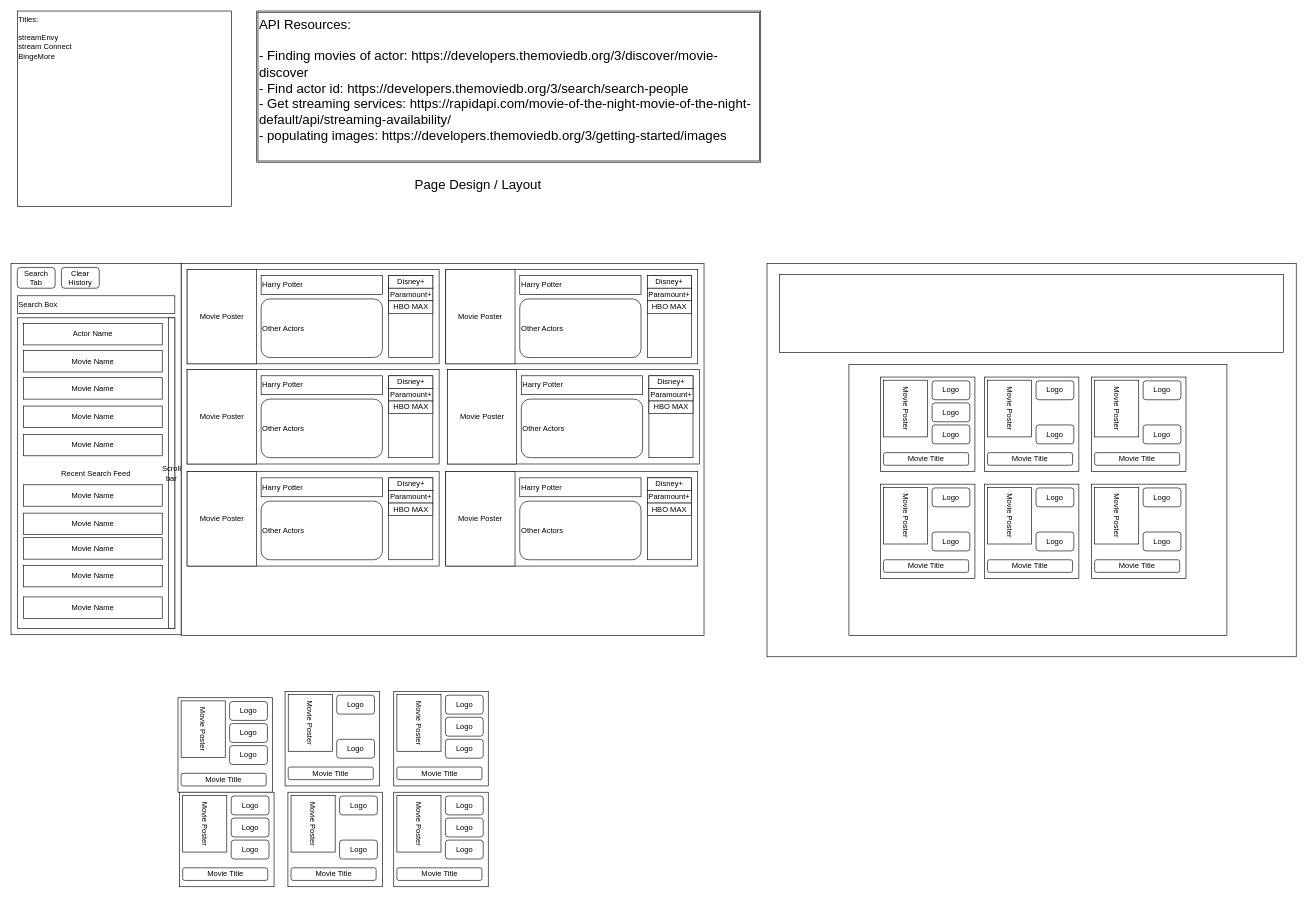
Above: page "Page Layout" (1 of 3) of Stream Connect.drawio in gatorhatur/stream-connect (draw.io), before the change. Source tidied: cells renumbered, new cells numbered last; positions are measured from the earlier drawing's top-left corner, leaving out a move shared by most shapes. Both pictures are drawn from the tidied source at 63%, with x=0, y=0 at pixel (11, 11).
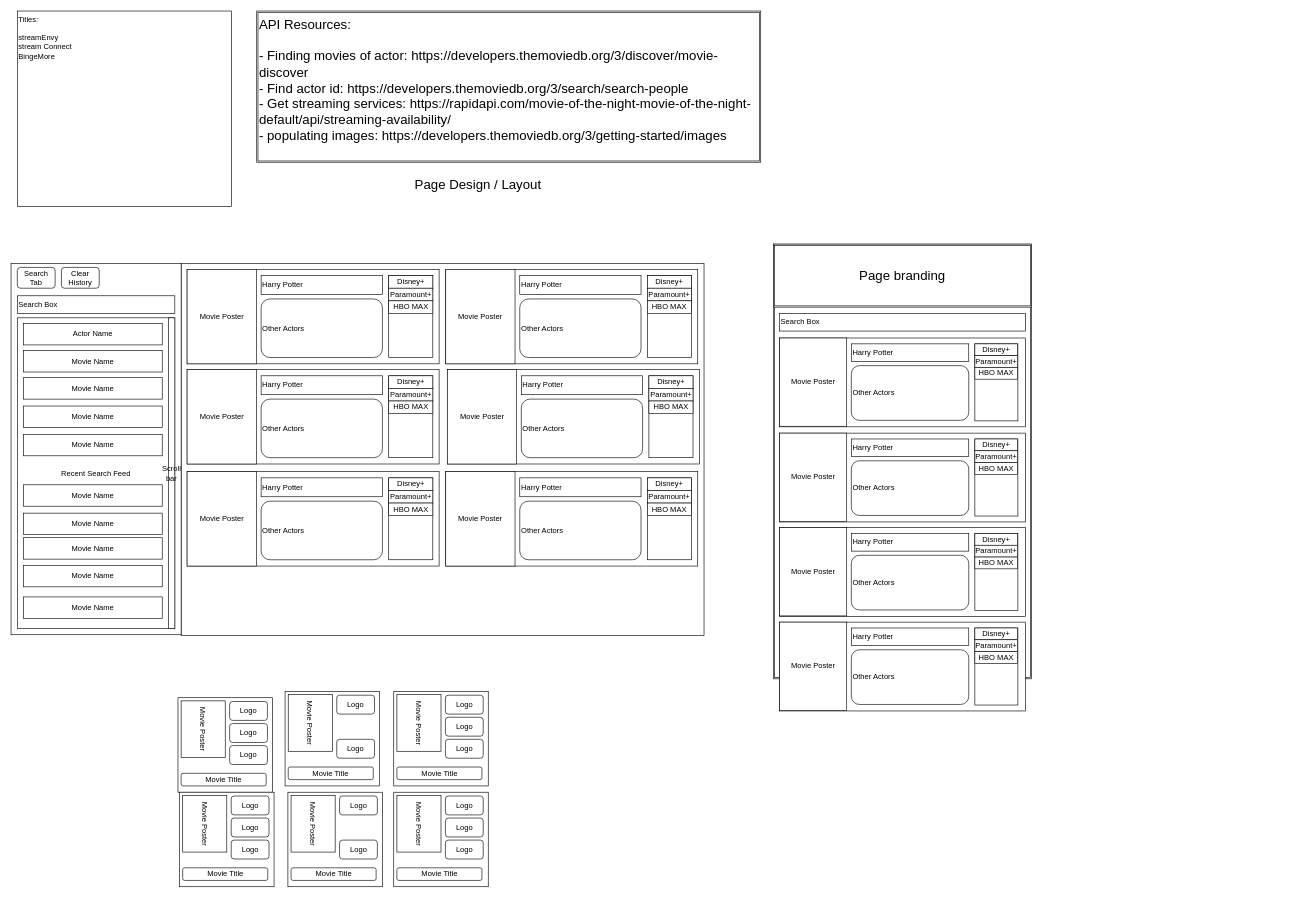
Above is the later version.

What changed in the source:
```diff
@@
-    <mxCell id="15" style="rounded=0;whiteSpace=wrap;html=1;" parent="1" vertex="1">
-      <mxGeometry x="1200" y="401" width="840" height="624" as="geometry" />
-    </mxCell>
-    <mxCell id="16" style="rounded=0;whiteSpace=wrap;html=1;" parent="1" vertex="1">
-      <mxGeometry x="1220" y="418" width="800" height="124" as="geometry" />
-    </mxCell>
-    <mxCell id="17" style="rounded=0;whiteSpace=wrap;html=1;" parent="1" vertex="1">
-      <mxGeometry x="1330" y="561" width="600" height="430" as="geometry" />
-    </mxCell>
-    <mxCell id="18" style="whiteSpace=wrap;html=1;" parent="1" vertex="1">
-      <mxGeometry x="1380" y="581" width="150" height="150" as="geometry" />
-    </mxCell>
-    <mxCell id="19" value="Movie Poster" style="rounded=0;whiteSpace=wrap;html=1;rotation=90;" parent="1" vertex="1">
-      <mxGeometry x="1375" y="596" width="90" height="70" as="geometry" />
-    </mxCell>
-    <mxCell id="20" value="Logo" style="rounded=1;whiteSpace=wrap;html=1;" parent="1" vertex="1">
-      <mxGeometry x="1462" y="587" width="60" height="30" as="geometry" />
-    </mxCell>
-    <mxCell id="21" value="Logo" style="rounded=1;whiteSpace=wrap;html=1;" parent="1" vertex="1">
-      <mxGeometry x="1462" y="622" width="60" height="30" as="geometry" />
-    </mxCell>
-    <mxCell id="22" value="Logo" style="rounded=1;whiteSpace=wrap;html=1;" parent="1" vertex="1">
-      <mxGeometry x="1462" y="657" width="60" height="30" as="geometry" />
-    </mxCell>
-    <mxCell id="23" value="Movie Title" style="rounded=1;whiteSpace=wrap;html=1;" parent="1" vertex="1">
-      <mxGeometry x="1385" y="701" width="135" height="20" as="geometry" />
-    </mxCell>
-    <mxCell id="24" style="whiteSpace=wrap;html=1;" parent="1" vertex="1">
-      <mxGeometry x="1545" y="581" width="150" height="150" as="geometry" />
-    </mxCell>
-    <mxCell id="25" value="Movie Poster" style="rounded=0;whiteSpace=wrap;html=1;rotation=90;" parent="1" vertex="1">
-      <mxGeometry x="1540" y="596" width="90" height="70" as="geometry" />
-    </mxCell>
-    <mxCell id="26" value="Movie Title" style="rounded=1;whiteSpace=wrap;html=1;" parent="1" vertex="1">
-      <mxGeometry x="1550" y="701" width="135" height="20" as="geometry" />
-    </mxCell>
-    <mxCell id="27" value="Logo" style="rounded=1;whiteSpace=wrap;html=1;" parent="1" vertex="1">
-      <mxGeometry x="1627" y="657" width="60" height="30" as="geometry" />
-    </mxCell>
-    <mxCell id="28" value="Logo" style="rounded=1;whiteSpace=wrap;html=1;" parent="1" vertex="1">
-      <mxGeometry x="1627" y="587" width="60" height="30" as="geometry" />
-    </mxCell>
-    <mxCell id="29" style="whiteSpace=wrap;html=1;" parent="1" vertex="1">
-      <mxGeometry x="1380" y="751" width="150" height="150" as="geometry" />
-    </mxCell>
-    <mxCell id="30" value="Movie Poster" style="rounded=0;whiteSpace=wrap;html=1;rotation=90;" parent="1" vertex="1">
-      <mxGeometry x="1375" y="766" width="90" height="70" as="geometry" />
-    </mxCell>
-    <mxCell id="31" value="Movie Title" style="rounded=1;whiteSpace=wrap;html=1;" parent="1" vertex="1">
-      <mxGeometry x="1385" y="871" width="135" height="20" as="geometry" />
-    </mxCell>
-    <mxCell id="32" value="Logo" style="rounded=1;whiteSpace=wrap;html=1;" parent="1" vertex="1">
-      <mxGeometry x="1462" y="827" width="60" height="30" as="geometry" />
-    </mxCell>
-    <mxCell id="33" value="Logo" style="rounded=1;whiteSpace=wrap;html=1;" parent="1" vertex="1">
-      <mxGeometry x="1462" y="757" width="60" height="30" as="geometry" />
-    </mxCell>
-    <mxCell id="34" style="whiteSpace=wrap;html=1;" parent="1" vertex="1">
-      <mxGeometry x="1545" y="751" width="150" height="150" as="geometry" />
-    </mxCell>
-    <mxCell id="35" value="Movie Poster" style="rounded=0;whiteSpace=wrap;html=1;rotation=90;" parent="1" vertex="1">
-      <mxGeometry x="1540" y="766" width="90" height="70" as="geometry" />
-    </mxCell>
-    <mxCell id="36" value="Movie Title" style="rounded=1;whiteSpace=wrap;html=1;" parent="1" vertex="1">
-      <mxGeometry x="1550" y="871" width="135" height="20" as="geometry" />
-    </mxCell>
-    <mxCell id="37" value="Logo" style="rounded=1;whiteSpace=wrap;html=1;" parent="1" vertex="1">
-      <mxGeometry x="1627" y="827" width="60" height="30" as="geometry" />
-    </mxCell>
-    <mxCell id="38" value="Logo" style="rounded=1;whiteSpace=wrap;html=1;" parent="1" vertex="1">
-      <mxGeometry x="1627" y="757" width="60" height="30" as="geometry" />
-    </mxCell>
-    <mxCell id="39" style="whiteSpace=wrap;html=1;" parent="1" vertex="1">
-      <mxGeometry x="1715" y="581" width="150" height="150" as="geometry" />
-    </mxCell>
-    <mxCell id="40" value="Movie Poster" style="rounded=0;whiteSpace=wrap;html=1;rotation=90;" parent="1" vertex="1">
-      <mxGeometry x="1710" y="596" width="90" height="70" as="geometry" />
-    </mxCell>
-    <mxCell id="41" value="Movie Title" style="rounded=1;whiteSpace=wrap;html=1;" parent="1" vertex="1">
-      <mxGeometry x="1720" y="701" width="135" height="20" as="geometry" />
-    </mxCell>
-    <mxCell id="42" value="Logo" style="rounded=1;whiteSpace=wrap;html=1;" parent="1" vertex="1">
-      <mxGeometry x="1797" y="657" width="60" height="30" as="geometry" />
-    </mxCell>
-    <mxCell id="43" value="Logo" style="rounded=1;whiteSpace=wrap;html=1;" parent="1" vertex="1">
-      <mxGeometry x="1797" y="587" width="60" height="30" as="geometry" />
-    </mxCell>
-    <mxCell id="44" style="whiteSpace=wrap;html=1;" parent="1" vertex="1">
-      <mxGeometry x="1715" y="751" width="150" height="150" as="geometry" />
-    </mxCell>
-    <mxCell id="45" value="Movie Poster" style="rounded=0;whiteSpace=wrap;html=1;rotation=90;" parent="1" vertex="1">
-      <mxGeometry x="1710" y="766" width="90" height="70" as="geometry" />
-    </mxCell>
-    <mxCell id="46" value="Movie Title" style="rounded=1;whiteSpace=wrap;html=1;" parent="1" vertex="1">
-      <mxGeometry x="1720" y="871" width="135" height="20" as="geometry" />
-    </mxCell>
-    <mxCell id="47" value="Logo" style="rounded=1;whiteSpace=wrap;html=1;" parent="1" vertex="1">
-      <mxGeometry x="1797" y="827" width="60" height="30" as="geometry" />
-    </mxCell>
-    <mxCell id="48" value="Logo" style="rounded=1;whiteSpace=wrap;html=1;" parent="1" vertex="1">
-      <mxGeometry x="1797" y="757" width="60" height="30" as="geometry" />
-    </mxCell>
@@
+    <mxCell id="138" style="shape=ext;double=1;rounded=0;whiteSpace=wrap;html=1;fontSize=21;" parent="1" vertex="1">
+      <mxGeometry x="1210" y="370" width="410" height="690" as="geometry" />
+    </mxCell>
+    <mxCell id="139" value="Page branding" style="shape=ext;double=1;rounded=0;whiteSpace=wrap;html=1;fontSize=21;" parent="1" vertex="1">
+      <mxGeometry x="1210" y="370" width="410" height="100" as="geometry" />
+    </mxCell>
+    <mxCell id="140" value="Search Box " style="rounded=0;whiteSpace=wrap;html=1;align=left;" parent="1" vertex="1">
+      <mxGeometry x="1220" y="480" width="390" height="28" as="geometry" />
+    </mxCell>
+    <mxCell id="141" style="group;" parent="1" vertex="1">
+      <mxGeometry x="1220" y="519" width="390" height="141" as="geometry" />
+    </mxCell>
+    <mxCell id="142" style="rounded=0;whiteSpace=wrap;html=1;" parent="141" vertex="1">
+      <mxGeometry width="390" height="141" as="geometry" />
+    </mxCell>
+    <mxCell id="143" value="Movie Poster" style="rounded=0;whiteSpace=wrap;html=1;" parent="141" vertex="1">
+      <mxGeometry width="106.5" height="140.1" as="geometry" />
+    </mxCell>
+    <mxCell id="144" value="Other Actors" style="rounded=1;whiteSpace=wrap;html=1;align=left;" parent="141" vertex="1">
+      <mxGeometry x="113.8" y="43.9" width="186.4" height="86.8" as="geometry" />
+    </mxCell>
+    <mxCell id="145" value="Harry Potter" style="rounded=0;whiteSpace=wrap;html=1;align=left;" parent="141" vertex="1">
+      <mxGeometry x="113.8" y="9.3" width="186.4" height="28" as="geometry" />
+    </mxCell>
+    <mxCell id="146" style="rounded=0;whiteSpace=wrap;html=1;align=center;verticalAlign=top;" parent="141" vertex="1">
+      <mxGeometry x="309.9" y="9.3" width="68.3" height="122.3" as="geometry" />
+    </mxCell>
+    <mxCell id="147" value="Disney+" style="rounded=0;whiteSpace=wrap;html=1;" parent="141" vertex="1">
+      <mxGeometry x="309.9" y="9.3" width="67.8" height="18.7" as="geometry" />
+    </mxCell>
+    <mxCell id="148" value="Paramount+" style="rounded=0;whiteSpace=wrap;html=1;" parent="141" vertex="1">
+      <mxGeometry x="309.9" y="28" width="67.8" height="18.7" as="geometry" />
+    </mxCell>
+    <mxCell id="149" value="HBO MAX" style="rounded=0;whiteSpace=wrap;html=1;" parent="141" vertex="1">
+      <mxGeometry x="309.9" y="46.7" width="67.8" height="18.7" as="geometry" />
+    </mxCell>
+    <mxCell id="150" style="group;" parent="1" vertex="1">
+      <mxGeometry x="1220" y="670" width="390" height="141" as="geometry" />
+    </mxCell>
+    <mxCell id="151" style="rounded=0;whiteSpace=wrap;html=1;" parent="150" vertex="1">
+      <mxGeometry width="390" height="141" as="geometry" />
+    </mxCell>
+    <mxCell id="152" value="Movie Poster" style="rounded=0;whiteSpace=wrap;html=1;" parent="150" vertex="1">
+      <mxGeometry width="106.5" height="140.1" as="geometry" />
+    </mxCell>
+    <mxCell id="153" value="Other Actors" style="rounded=1;whiteSpace=wrap;html=1;align=left;" parent="150" vertex="1">
+      <mxGeometry x="113.8" y="43.9" width="186.4" height="86.8" as="geometry" />
+    </mxCell>
+    <mxCell id="154" value="Harry Potter" style="rounded=0;whiteSpace=wrap;html=1;align=left;" parent="150" vertex="1">
+      <mxGeometry x="113.8" y="9.3" width="186.4" height="28" as="geometry" />
+    </mxCell>
+    <mxCell id="155" style="rounded=0;whiteSpace=wrap;html=1;align=center;verticalAlign=top;" parent="150" vertex="1">
+      <mxGeometry x="309.9" y="9.3" width="68.3" height="122.3" as="geometry" />
+    </mxCell>
+    <mxCell id="156" value="Disney+" style="rounded=0;whiteSpace=wrap;html=1;" parent="150" vertex="1">
+      <mxGeometry x="309.9" y="9.3" width="67.8" height="18.7" as="geometry" />
+    </mxCell>
+    <mxCell id="157" value="Paramount+" style="rounded=0;whiteSpace=wrap;html=1;" parent="150" vertex="1">
+      <mxGeometry x="309.9" y="28" width="67.8" height="18.7" as="geometry" />
+    </mxCell>
+    <mxCell id="158" value="HBO MAX" style="rounded=0;whiteSpace=wrap;html=1;" parent="150" vertex="1">
+      <mxGeometry x="309.9" y="46.7" width="67.8" height="18.7" as="geometry" />
+    </mxCell>
+    <mxCell id="159" style="group;" parent="1" vertex="1">
+      <mxGeometry x="1220" y="820" width="390" height="141" as="geometry" />
+    </mxCell>
+    <mxCell id="160" style="rounded=0;whiteSpace=wrap;html=1;" parent="159" vertex="1">
+      <mxGeometry width="390" height="141" as="geometry" />
+    </mxCell>
+    <mxCell id="161" value="Movie Poster" style="rounded=0;whiteSpace=wrap;html=1;" parent="159" vertex="1">
+      <mxGeometry width="106.5" height="140.1" as="geometry" />
+    </mxCell>
+    <mxCell id="162" value="Other Actors" style="rounded=1;whiteSpace=wrap;html=1;align=left;" parent="159" vertex="1">
+      <mxGeometry x="113.8" y="43.9" width="186.4" height="86.8" as="geometry" />
+    </mxCell>
+    <mxCell id="163" value="Harry Potter" style="rounded=0;whiteSpace=wrap;html=1;align=left;" parent="159" vertex="1">
+      <mxGeometry x="113.8" y="9.3" width="186.4" height="28" as="geometry" />
+    </mxCell>
+    <mxCell id="164" style="rounded=0;whiteSpace=wrap;html=1;align=center;verticalAlign=top;" parent="159" vertex="1">
+      <mxGeometry x="309.9" y="9.3" width="68.3" height="122.3" as="geometry" />
+    </mxCell>
+    <mxCell id="165" value="Disney+" style="rounded=0;whiteSpace=wrap;html=1;" parent="159" vertex="1">
+      <mxGeometry x="309.9" y="9.3" width="67.8" height="18.7" as="geometry" />
+    </mxCell>
+    <mxCell id="166" value="Paramount+" style="rounded=0;whiteSpace=wrap;html=1;" parent="159" vertex="1">
+      <mxGeometry x="309.9" y="28" width="67.8" height="18.7" as="geometry" />
+    </mxCell>
+    <mxCell id="167" value="HBO MAX" style="rounded=0;whiteSpace=wrap;html=1;" parent="159" vertex="1">
+      <mxGeometry x="309.9" y="46.7" width="67.8" height="18.7" as="geometry" />
+    </mxCell>
+    <mxCell id="168" style="group;" parent="1" vertex="1">
+      <mxGeometry x="1220" y="970" width="390" height="141" as="geometry" />
+    </mxCell>
+    <mxCell id="169" style="rounded=0;whiteSpace=wrap;html=1;" parent="168" vertex="1">
+      <mxGeometry width="390" height="141" as="geometry" />
+    </mxCell>
+    <mxCell id="170" value="Movie Poster" style="rounded=0;whiteSpace=wrap;html=1;" parent="168" vertex="1">
+      <mxGeometry width="106.5" height="140.1" as="geometry" />
+    </mxCell>
+    <mxCell id="171" value="Other Actors" style="rounded=1;whiteSpace=wrap;html=1;align=left;" parent="168" vertex="1">
+      <mxGeometry x="113.8" y="43.9" width="186.4" height="86.8" as="geometry" />
+    </mxCell>
+    <mxCell id="172" value="Harry Potter" style="rounded=0;whiteSpace=wrap;html=1;align=left;" parent="168" vertex="1">
+      <mxGeometry x="113.8" y="9.3" width="186.4" height="28" as="geometry" />
+    </mxCell>
+    <mxCell id="173" style="rounded=0;whiteSpace=wrap;html=1;align=center;verticalAlign=top;" parent="168" vertex="1">
+      <mxGeometry x="309.9" y="9.3" width="68.3" height="122.3" as="geometry" />
+    </mxCell>
+    <mxCell id="174" value="Disney+" style="rounded=0;whiteSpace=wrap;html=1;" parent="168" vertex="1">
+      <mxGeometry x="309.9" y="9.3" width="67.8" height="18.7" as="geometry" />
+    </mxCell>
+    <mxCell id="175" value="Paramount+" style="rounded=0;whiteSpace=wrap;html=1;" parent="168" vertex="1">
+      <mxGeometry x="309.9" y="28" width="67.8" height="18.7" as="geometry" />
+    </mxCell>
+    <mxCell id="176" value="HBO MAX" style="rounded=0;whiteSpace=wrap;html=1;" parent="168" vertex="1">
+      <mxGeometry x="309.9" y="46.7" width="67.8" height="18.7" as="geometry" />
+    </mxCell>
```
